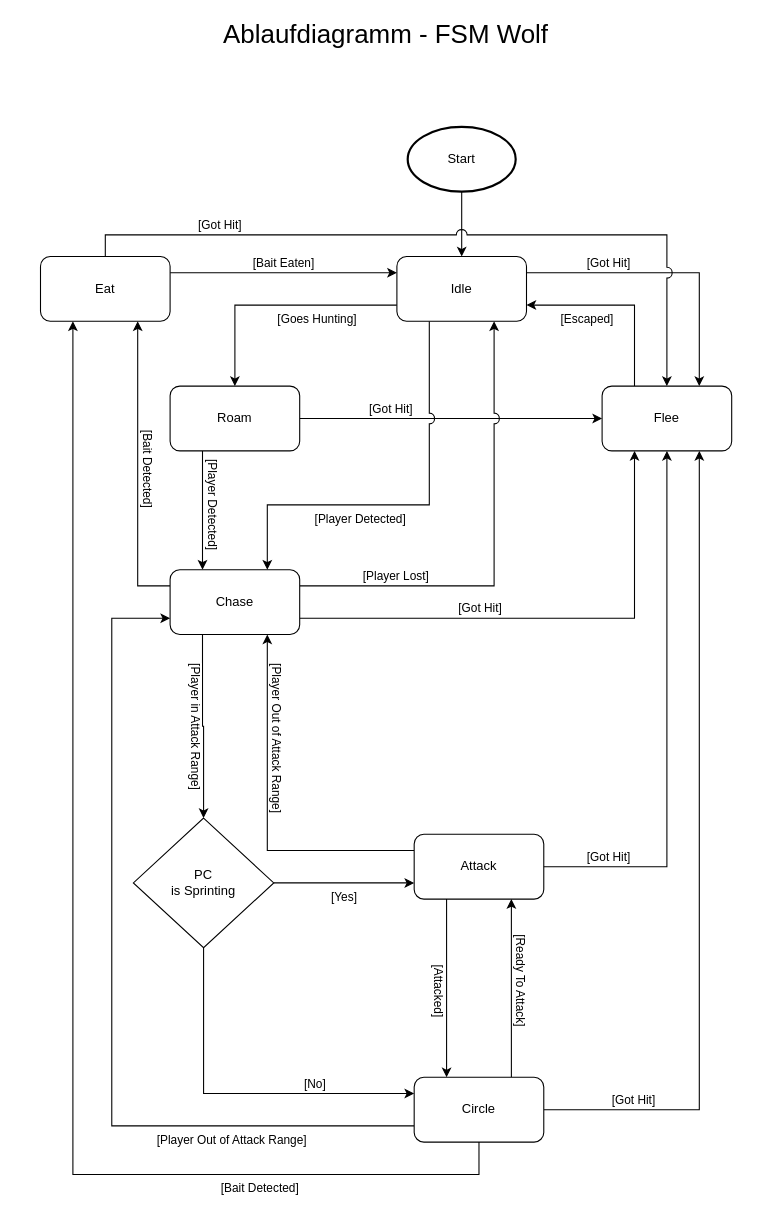
Above: Ablaufdiagramm - FSM_Wolf.drawio in Aarndal/44-Submissions (draw.io), before the change. Source tidied: cells renumbered, new cells numbered last; positions are measured from the earlier drawing's top-left corner, leaving out a move shared by most shapes. Both pictures are drawn from the tidied source at 108%, with x=0, y=0 at pixel (18, 18).
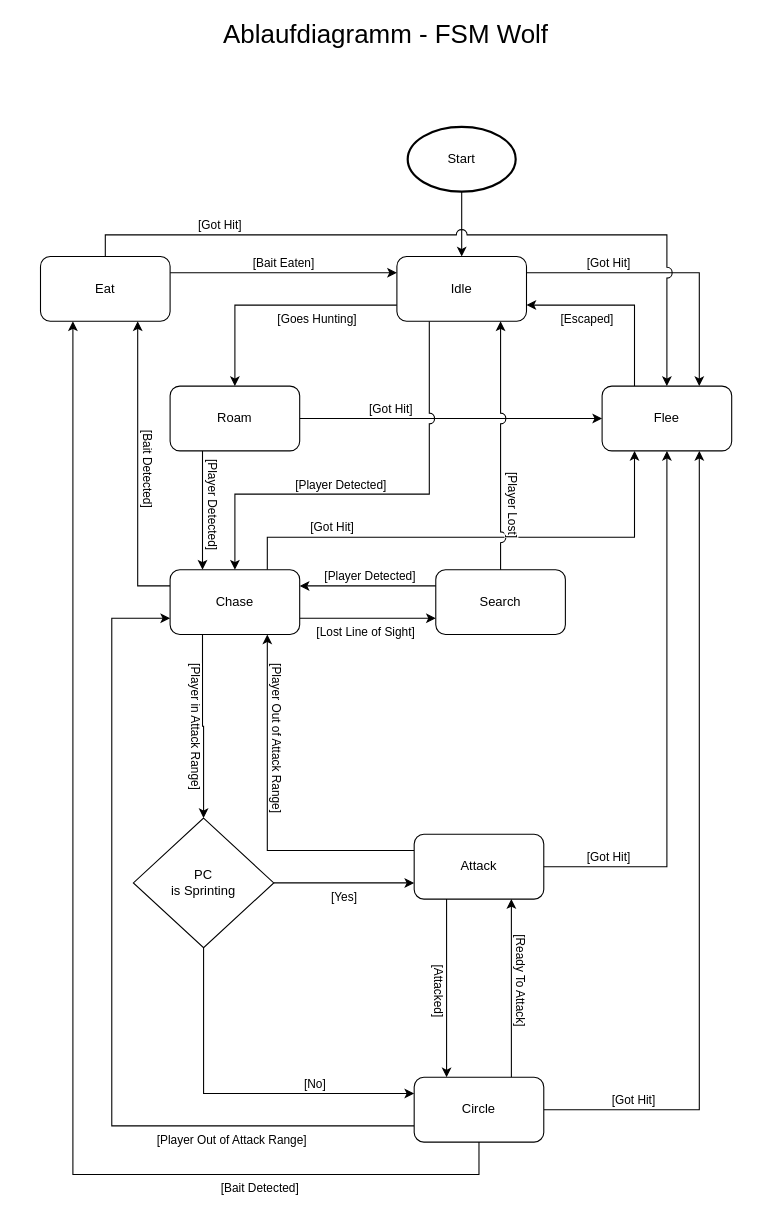
The same page after the edit.

The change refers to these unchanged cells:
```xml
<mxCell id="9" value="Chase" style="rounded=1;whiteSpace=wrap;html=1;strokeColor=default;align=center;verticalAlign=middle;fontFamily=Helvetica;fontSize=12;fontColor=default;fillColor=default;" parent="1" vertex="1">
  <mxGeometry x="140" y="510" width="120" height="60" as="geometry" />
</mxCell>
<mxCell id="11" value="Flee" style="rounded=1;whiteSpace=wrap;html=1;strokeColor=default;align=center;verticalAlign=middle;fontFamily=Helvetica;fontSize=12;fontColor=default;fillColor=default;" parent="1" vertex="1">
  <mxGeometry x="540" y="340" width="120" height="60" as="geometry" />
</mxCell>
<mxCell id="27" value="Idle" style="rounded=1;whiteSpace=wrap;html=1;strokeColor=default;align=center;verticalAlign=middle;fontFamily=Helvetica;fontSize=12;fontColor=default;fillColor=default;" parent="1" vertex="1">
  <mxGeometry x="350" y="220" width="120" height="60" as="geometry" />
</mxCell>
```

Diff of the diagram source:
```diff
@@
-    <mxCell id="5" value="[Got Hit]" style="edgeStyle=orthogonalEdgeStyle;rounded=0;jettySize=auto;html=1;exitX=1;exitY=0.75;exitDx=0;exitDy=0;entryX=0.25;entryY=1;entryDx=0;entryDy=0;labelPosition=center;verticalLabelPosition=top;align=center;verticalAlign=bottom;" parent="1" edge="1" source="9" target="11">
-      <mxGeometry x="-0.28" relative="1" as="geometry" />
+    <mxCell id="5" value="[Got Hit]" style="edgeStyle=orthogonalEdgeStyle;rounded=0;jettySize=auto;html=1;exitX=0.75;exitY=0;exitDx=0;exitDy=0;entryX=0.25;entryY=1;entryDx=0;entryDy=0;labelPosition=center;verticalLabelPosition=top;align=center;verticalAlign=bottom;" parent="1" edge="1" source="9" target="11">
+      <mxGeometry x="-0.6" relative="1" as="geometry">
+        <Array as="points">
+          <mxPoint x="230" y="480" />
+          <mxPoint x="570" y="480" />
+        </Array>
+      </mxGeometry>
     </mxCell>
-    <mxCell id="6" value="[Player Lost]" style="edgeStyle=orthogonalEdgeStyle;rounded=0;jettySize=auto;html=1;exitX=1;exitY=0.25;exitDx=0;exitDy=0;entryX=0.75;entryY=1;entryDx=0;entryDy=0;jumpStyle=arc;jumpSize=10;labelPosition=center;verticalLabelPosition=top;align=center;verticalAlign=bottom;" parent="1" edge="1" source="9" target="27">
-      <mxGeometry x="-0.58" relative="1" as="geometry" />
+    <mxCell id="6" value="[Lost Line of Sight]" style="edgeStyle=orthogonalEdgeStyle;rounded=0;jettySize=auto;html=1;exitX=1;exitY=0.75;exitDx=0;exitDy=0;entryX=0;entryY=0.75;entryDx=0;entryDy=0;jumpStyle=arc;jumpSize=10;labelPosition=center;verticalLabelPosition=bottom;align=center;verticalAlign=top;" parent="1" edge="1" source="9" target="35">
+      <mxGeometry x="-0.03" relative="1" as="geometry" />
     </mxCell>
@@
-    <mxCell id="26" value="[Player Detected]" style="edgeStyle=orthogonalEdgeStyle;rounded=0;jettySize=auto;html=1;exitX=0.25;exitY=1;exitDx=0;exitDy=0;entryX=0.75;entryY=0;entryDx=0;entryDy=0;jumpStyle=arc;jumpSize=10;labelPosition=center;verticalLabelPosition=bottom;align=center;verticalAlign=top;" parent="1" edge="1" source="27" target="9">
-      <mxGeometry x="0.23" relative="1" as="geometry">
+    <mxCell id="26" style="edgeStyle=orthogonalEdgeStyle;rounded=0;jettySize=auto;html=1;entryX=0.5;entryY=0;entryDx=0;entryDy=0;exitX=0.25;exitY=1;exitDx=0;exitDy=0;jumpStyle=arc;jumpSize=10;" parent="1" edge="1" source="27" target="9">
+      <mxGeometry relative="1" as="geometry">
         <Array as="points">
-          <mxPoint x="380" y="450" />
-          <mxPoint x="230" y="450" />
+          <mxPoint x="380" y="440" />
+          <mxPoint x="200" y="440" />
         </Array>
       </mxGeometry>
     </mxCell>
+    <mxCell id="34" value="[Player Detected]" style="edgeLabel;html=1;align=center;verticalAlign=bottom;labelPosition=center;verticalLabelPosition=top;" parent="26" vertex="1">
+      <mxGeometry x="-0.08" relative="1" as="geometry">
+        <mxPoint x="-54" as="offset" />
+      </mxGeometry>
+    </mxCell>
@@
+    <mxCell id="35" value="Search" style="rounded=1;whiteSpace=wrap;html=1;" parent="1" vertex="1">
+      <mxGeometry x="386" y="510" width="120" height="60" as="geometry" />
+    </mxCell>
+    <mxCell id="36" value="[Player Lost]" style="endArrow=classic;html=1;rounded=0;exitX=0.5;exitY=0;exitDx=0;exitDy=0;jumpStyle=arc;jumpSize=10;textDirection=vertical-lr;labelPosition=right;verticalLabelPosition=middle;align=left;verticalAlign=middle;" parent="1" edge="1" source="35">
+      <mxGeometry x="-0.48" y="-2" relative="1" as="geometry">
+        <mxPoint x="446" y="280" as="targetPoint" />
+      </mxGeometry>
+    </mxCell>
+    <mxCell id="37" value="[Player Detected]" style="edgeStyle=orthogonalEdgeStyle;rounded=0;jettySize=auto;html=1;exitX=0;exitY=0.25;exitDx=0;exitDy=0;entryX=1;entryY=0.25;entryDx=0;entryDy=0;jumpStyle=arc;jumpSize=10;labelPosition=center;verticalLabelPosition=top;align=center;verticalAlign=bottom;" parent="1" edge="1" source="35" target="9">
+      <mxGeometry x="-0.03" relative="1" as="geometry" />
+    </mxCell>
```
